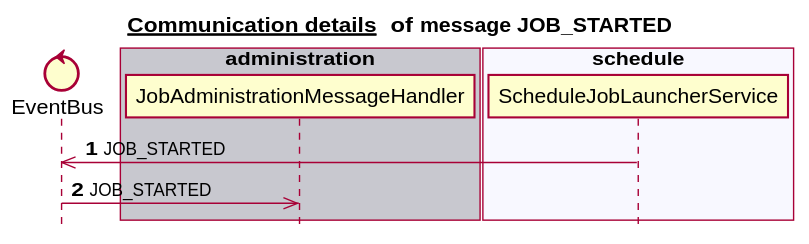
This is docs/latest/images/gen_domain_messaging_job_started.svg from mercedes-benz/sechub, a PlantUML export, as it was before one commit.
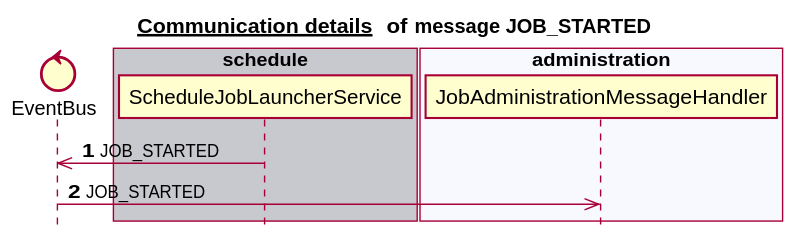
Later version of the same file.

The edit, as a diff of the source:
```diff
@@ -6,17 +6,17 @@
 
 
 control EventBus
-box "authorization" #C8C8CF
+box "schedule" #C8C8CF
+   participant ScheduleJobLauncherService
 end box
 box "scan" #F8F8FF
 end box
-box "administration" #C8C8CF
+box "notification" #C8C8CF
+end box
+box "administration" #F8F8FF
    participant JobAdministrationMessageHandler
 end box
-box "schedule" #F8F8FF
-   participant ScheduleJobLauncherService
-end box
-box "notification" #C8C8CF
+box "authorization" #C8C8CF
 end box
 autonumber 1
 ScheduleJobLauncherService ->> EventBus:JOB_STARTED
```
